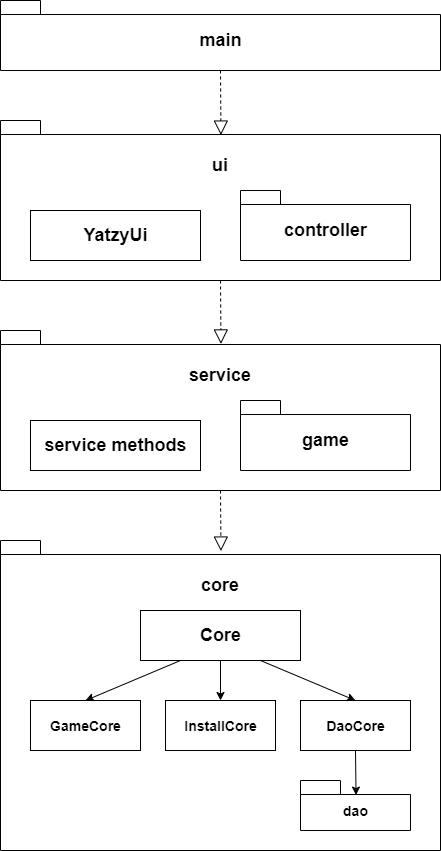
This is Images/pakkauskaavio.png from tsa-dom/ot-harjoitustyo, a draw.io export, as it was before one commit. Source tidied: cells renumbered, new cells last; positions are measured from the earlier drawing's top-left corner, leaving out a move shared by most shapes.
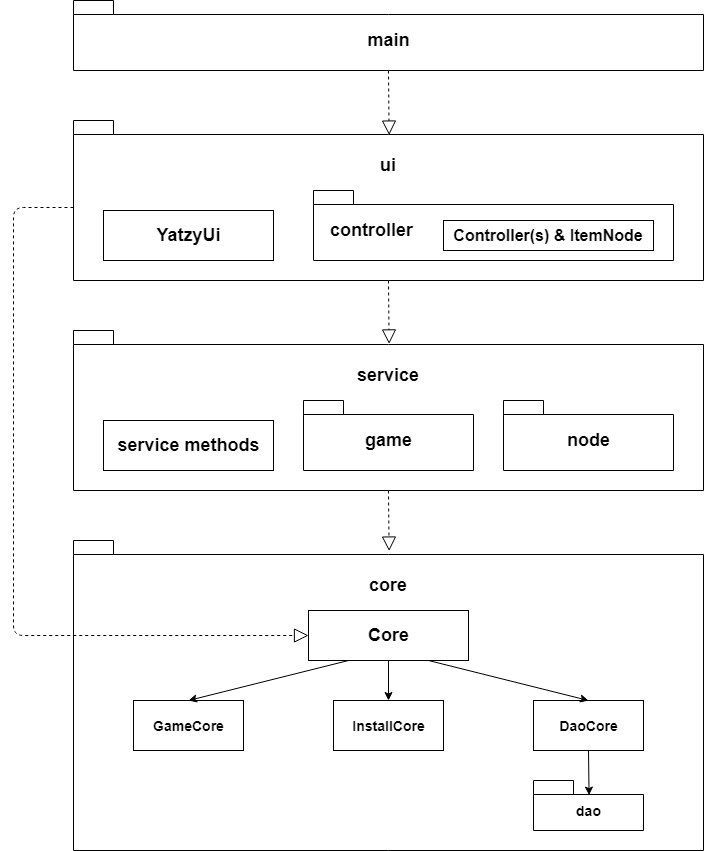
The same diagram one commit later.

The edit, as a diff of the source:
```diff
@@ -3,55 +3,55 @@
     <mxCell id="0" />
     <mxCell id="1" parent="0" />
     <mxCell id="2" value="&lt;font style=&quot;font-size: 18px&quot;&gt;main&lt;/font&gt;" style="shape=folder;fontStyle=1;spacingTop=10;tabWidth=40;tabHeight=14;tabPosition=left;html=1;" parent="1" vertex="1">
-      <mxGeometry width="440" height="70" as="geometry" />
+      <mxGeometry width="630" height="70" as="geometry" />
     </mxCell>
     <mxCell id="3" style="shape=folder;fontStyle=1;spacingTop=10;tabWidth=40;tabHeight=14;tabPosition=left;html=1;" parent="1" vertex="1">
-      <mxGeometry y="120" width="440" height="160" as="geometry" />
+      <mxGeometry y="120" width="630" height="160" as="geometry" />
     </mxCell>
-    <mxCell id="4" value="&lt;font style=&quot;font-size: 18px&quot;&gt;controller&lt;/font&gt;" style="shape=folder;fontStyle=1;spacingTop=10;tabWidth=40;tabHeight=14;tabPosition=left;html=1;" parent="1" vertex="1">
-      <mxGeometry x="240" y="190" width="170" height="70" as="geometry" />
+    <mxCell id="4" value="&lt;font style=&quot;font-size: 18px&quot;&gt;&amp;nbsp; &amp;nbsp;controller&lt;/font&gt;" style="shape=folder;fontStyle=1;spacingTop=10;tabWidth=40;tabHeight=14;tabPosition=left;html=1;align=left;" parent="1" vertex="1">
+      <mxGeometry x="240" y="190" width="360" height="70" as="geometry" />
     </mxCell>
     <mxCell id="5" value="&lt;font style=&quot;font-size: 18px&quot;&gt;&lt;b&gt;YatzyUi&lt;/b&gt;&lt;/font&gt;" style="html=1;" parent="1" vertex="1">
       <mxGeometry x="30" y="210" width="170" height="50" as="geometry" />
     </mxCell>
     <mxCell id="6" style="shape=folder;fontStyle=1;spacingTop=10;tabWidth=40;tabHeight=14;tabPosition=left;html=1;" parent="1" vertex="1">
-      <mxGeometry y="540" width="440" height="310" as="geometry" />
+      <mxGeometry y="540" width="630" height="310" as="geometry" />
     </mxCell>
     <mxCell id="7" value="&lt;font style=&quot;font-size: 18px&quot;&gt;&lt;b&gt;Core&lt;/b&gt;&lt;/font&gt;" style="html=1;" parent="1" vertex="1">
-      <mxGeometry x="140" y="610" width="160" height="50" as="geometry" />
+      <mxGeometry x="235" y="610" width="160" height="50" as="geometry" />
     </mxCell>
     <mxCell id="8" value="&lt;font style=&quot;font-size: 14px&quot;&gt;&lt;b&gt;GameCore&lt;/b&gt;&lt;/font&gt;" style="html=1;" parent="1" vertex="1">
-      <mxGeometry x="30" y="700" width="110" height="50" as="geometry" />
+      <mxGeometry x="60" y="700" width="110" height="50" as="geometry" />
     </mxCell>
     <mxCell id="9" value="&lt;font style=&quot;font-size: 14px&quot;&gt;&lt;b&gt;InstallCore&lt;/b&gt;&lt;/font&gt;" style="html=1;" parent="1" vertex="1">
-      <mxGeometry x="165" y="700" width="110" height="50" as="geometry" />
+      <mxGeometry x="260" y="700" width="110" height="50" as="geometry" />
     </mxCell>
     <mxCell id="10" value="&lt;font style=&quot;font-size: 14px&quot;&gt;&lt;b&gt;DaoCore&lt;/b&gt;&lt;/font&gt;" style="html=1;" parent="1" vertex="1">
-      <mxGeometry x="300" y="700" width="110" height="50" as="geometry" />
+      <mxGeometry x="460" y="700" width="110" height="50" as="geometry" />
     </mxCell>
     <mxCell id="11" value="&lt;font style=&quot;font-size: 14px&quot;&gt;dao&lt;/font&gt;" style="shape=folder;fontStyle=1;spacingTop=10;tabWidth=40;tabHeight=14;tabPosition=left;html=1;" parent="1" vertex="1">
-      <mxGeometry x="300" y="780" width="110" height="50" as="geometry" />
+      <mxGeometry x="460" y="780" width="110" height="50" as="geometry" />
     </mxCell>
     <mxCell id="12" style="shape=folder;fontStyle=1;spacingTop=10;tabWidth=40;tabHeight=14;tabPosition=left;html=1;" parent="1" vertex="1">
-      <mxGeometry y="330" width="440" height="160" as="geometry" />
+      <mxGeometry y="330" width="630" height="160" as="geometry" />
     </mxCell>
     <mxCell id="13" style="endArrow=block;dashed=1;endFill=0;endSize=12;html=1;exitX=0.5;exitY=1;exitDx=0;exitDy=0;exitPerimeter=0;entryX=0.501;entryY=0.091;entryDx=0;entryDy=0;entryPerimeter=0;" parent="1" edge="1" source="2" target="3">
       <mxGeometry relative="1" as="geometry" />
     </mxCell>
     <mxCell id="14" value="ui" style="text;align=center;fontStyle=1;verticalAlign=middle;spacingLeft=3;spacingRight=3;strokeColor=none;fontSize=18;" parent="1" vertex="1">
-      <mxGeometry x="180" y="150" width="80" height="26" as="geometry" />
+      <mxGeometry x="275" y="150" width="80" height="26" as="geometry" />
     </mxCell>
     <mxCell id="15" value="&lt;font style=&quot;font-size: 18px&quot;&gt;game&lt;/font&gt;" style="shape=folder;fontStyle=1;spacingTop=10;tabWidth=40;tabHeight=14;tabPosition=left;html=1;" parent="1" vertex="1">
-      <mxGeometry x="240" y="400" width="170" height="70" as="geometry" />
+      <mxGeometry x="230" y="400" width="170" height="70" as="geometry" />
     </mxCell>
     <mxCell id="16" value="service" style="text;align=center;fontStyle=1;verticalAlign=middle;spacingLeft=3;spacingRight=3;strokeColor=none;fontSize=18;" parent="1" vertex="1">
-      <mxGeometry x="180" y="360" width="80" height="26" as="geometry" />
+      <mxGeometry x="275" y="360" width="80" height="26" as="geometry" />
     </mxCell>
     <mxCell id="17" value="&lt;font style=&quot;font-size: 18px&quot;&gt;&lt;b&gt;service methods&lt;br&gt;&lt;/b&gt;&lt;/font&gt;" style="html=1;" parent="1" vertex="1">
       <mxGeometry x="30" y="420" width="170" height="50" as="geometry" />
     </mxCell>
     <mxCell id="18" value="core" style="text;align=center;fontStyle=1;verticalAlign=middle;spacingLeft=3;spacingRight=3;strokeColor=none;fontSize=18;" parent="1" vertex="1">
-      <mxGeometry x="180" y="570" width="80" height="26" as="geometry" />
+      <mxGeometry x="275" y="570" width="80" height="26" as="geometry" />
     </mxCell>
     <mxCell id="19" style="endArrow=block;dashed=1;endFill=0;endSize=12;html=1;exitX=0.5;exitY=1;exitDx=0;exitDy=0;exitPerimeter=0;entryX=0.501;entryY=0.084;entryDx=0;entryDy=0;entryPerimeter=0;" parent="1" edge="1" source="3" target="12">
       <mxGeometry relative="1" as="geometry" />
@@ -71,5 +71,19 @@
     <mxCell id="24" style="endArrow=classic;html=1;fontSize=18;exitX=0.5;exitY=1;exitDx=0;exitDy=0;entryX=0.505;entryY=0.292;entryDx=0;entryDy=0;entryPerimeter=0;" parent="1" edge="1" source="10" target="11">
       <mxGeometry relative="1" as="geometry" />
     </mxCell>
+    <mxCell id="25" value="&lt;b&gt;&lt;font style=&quot;font-size: 16px&quot;&gt;Controller(s) &amp;amp; ItemNode&lt;/font&gt;&lt;/b&gt;" style="rounded=0;whiteSpace=wrap;html=1;" parent="1" vertex="1">
+      <mxGeometry x="370" y="220" width="210" height="30" as="geometry" />
+    </mxCell>
+    <mxCell id="26" value="&lt;font style=&quot;font-size: 18px&quot;&gt;node&lt;/font&gt;" style="shape=folder;fontStyle=1;spacingTop=10;tabWidth=40;tabHeight=14;tabPosition=left;html=1;" parent="1" vertex="1">
+      <mxGeometry x="430" y="400" width="170" height="70" as="geometry" />
+    </mxCell>
+    <mxCell id="27" style="endArrow=block;dashed=1;endFill=0;endSize=12;html=1;exitX=0;exitY=0;exitDx=0;exitDy=87;exitPerimeter=0;entryX=0;entryY=0.5;entryDx=0;entryDy=0;" parent="1" edge="1" source="3" target="7">
+      <mxGeometry relative="1" as="geometry">
+        <Array as="points">
+          <mxPoint x="-60" y="207" />
+          <mxPoint x="-60" y="635" />
+        </Array>
+      </mxGeometry>
+    </mxCell>
   </root>
 </mxGraphModel>
```
